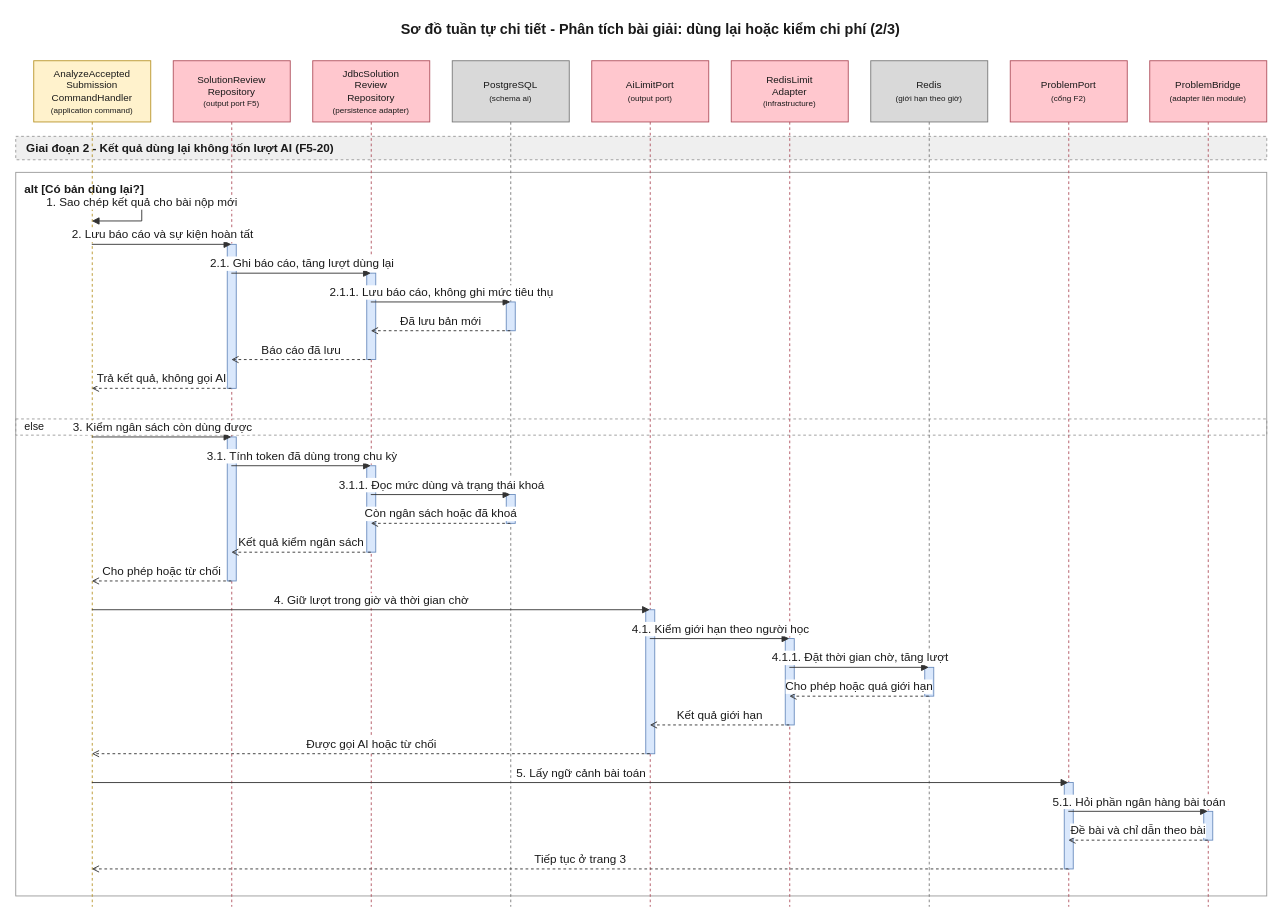
Earlier version of the draw.io diagram 08-diagram/sequence/user/sequence_user_phan_tich_bai_giai_ai_p2.drawio (daiphu1801/PRJ_ALGOPREP). Source tidied: cells renumbered, new cells numbered last; positions are measured from the earlier drawing's top-left corner, leaving out a move shared by most shapes. Both pictures are drawn from the tidied source at 90%, with x=0, y=0 at pixel (15, 15).
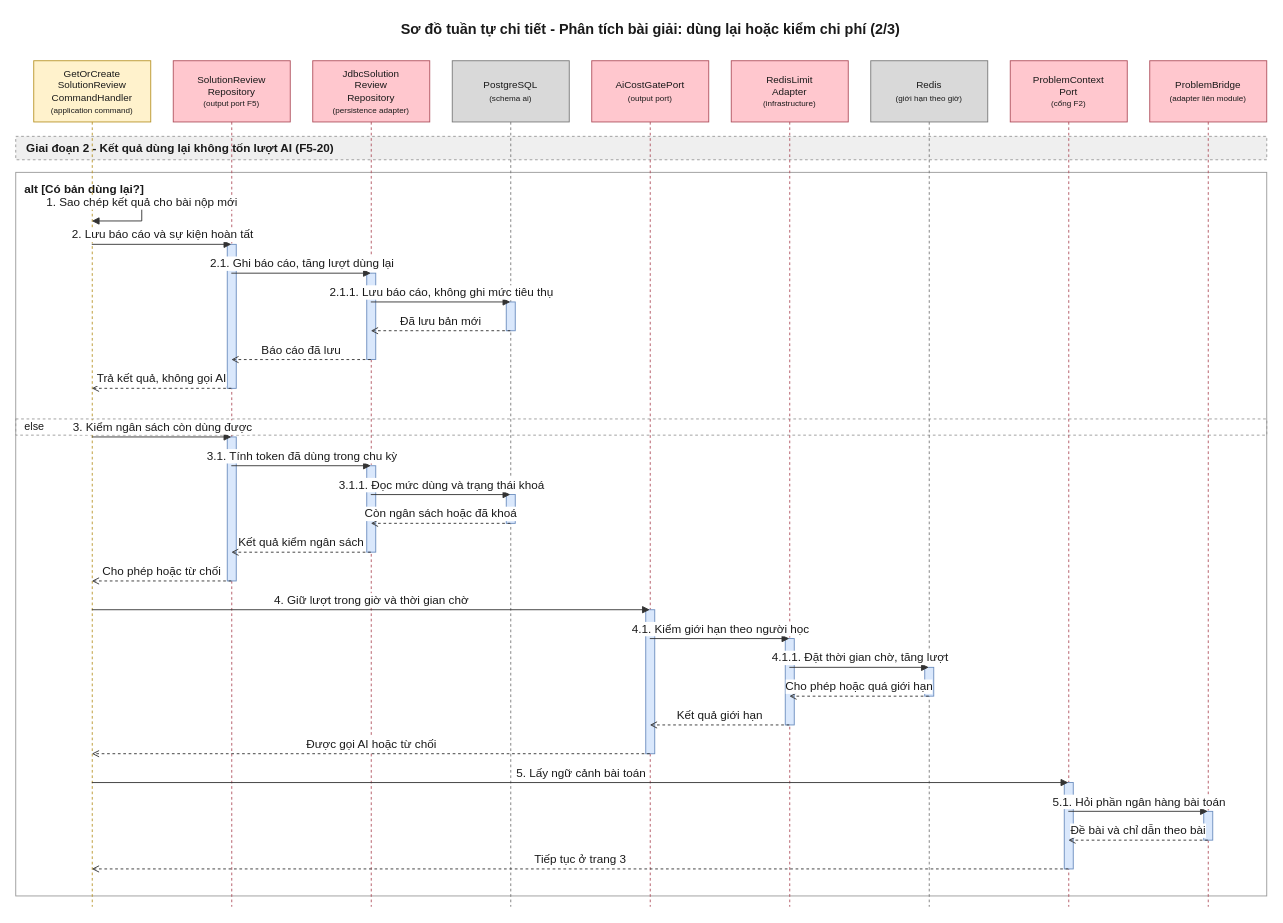
Above is the later version.

The edit, as a diff of the source:
```diff
@@
-    <mxCell id="6" value="AnalyzeAccepted&lt;br&gt;Submission&lt;br&gt;CommandHandler&lt;br&gt;&lt;font style=&quot;font-size:9px&quot;&gt;(application command)&lt;/font&gt;" style="shape=umlLifeline;perimeter=lifelinePerimeter;whiteSpace=wrap;html=1;outlineConnect=0;size=68;fontSize=11;fillColor=#FFF2CC;strokeColor=#B8952A;fontColor=#1A1A1A;" parent="1" vertex="1">
+    <mxCell id="6" value="GetOrCreate&lt;br&gt;SolutionReview&lt;br&gt;CommandHandler&lt;br&gt;&lt;font style=&quot;font-size:9px&quot;&gt;(application command)&lt;/font&gt;" style="shape=umlLifeline;perimeter=lifelinePerimeter;whiteSpace=wrap;html=1;outlineConnect=0;size=68;fontSize=11;fillColor=#FFF2CC;strokeColor=#B8952A;fontColor=#1A1A1A;" parent="1" vertex="1">
       <mxGeometry x="20" y="50" width="130" height="940" as="geometry" />
     </mxCell>
@@
-    <mxCell id="10" value="AiLimitPort&lt;br&gt;&lt;font style=&quot;font-size:9px&quot;&gt;(output port)&lt;/font&gt;" style="shape=umlLifeline;perimeter=lifelinePerimeter;whiteSpace=wrap;html=1;outlineConnect=0;size=68;fontSize=11;fillColor=#FFC7CE;strokeColor=#B0525E;fontColor=#1A1A1A;" parent="1" vertex="1">
+    <mxCell id="10" value="AiCostGatePort&lt;br&gt;&lt;font style=&quot;font-size:9px&quot;&gt;(output port)&lt;/font&gt;" style="shape=umlLifeline;perimeter=lifelinePerimeter;whiteSpace=wrap;html=1;outlineConnect=0;size=68;fontSize=11;fillColor=#FFC7CE;strokeColor=#B0525E;fontColor=#1A1A1A;" parent="1" vertex="1">
       <mxGeometry x="640" y="50" width="130" height="940" as="geometry" />
     </mxCell>
@@
-    <mxCell id="13" value="ProblemPort&lt;br&gt;&lt;font style=&quot;font-size:9px&quot;&gt;(cổng F2)&lt;/font&gt;" style="shape=umlLifeline;perimeter=lifelinePerimeter;whiteSpace=wrap;html=1;outlineConnect=0;size=68;fontSize=11;fillColor=#FFC7CE;strokeColor=#B0525E;fontColor=#1A1A1A;" parent="1" vertex="1">
+    <mxCell id="13" value="ProblemContext&lt;br&gt;Port&lt;br&gt;&lt;font style=&quot;font-size:9px&quot;&gt;(cổng F2)&lt;/font&gt;" style="shape=umlLifeline;perimeter=lifelinePerimeter;whiteSpace=wrap;html=1;outlineConnect=0;size=68;fontSize=11;fillColor=#FFC7CE;strokeColor=#B0525E;fontColor=#1A1A1A;" parent="1" vertex="1">
       <mxGeometry x="1105" y="50" width="130" height="940" as="geometry" />
     </mxCell>
```
